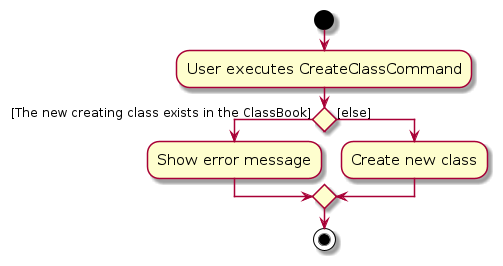
Before: diagrams/CheckDuplicationForCreateClassCommand.png, a diagram exported from PlantUML (AY2324S2-CS2103T-T13-1/tp). Its source is kept beside it as diagrams/CheckDuplicationForCreateClassCommand.puml.
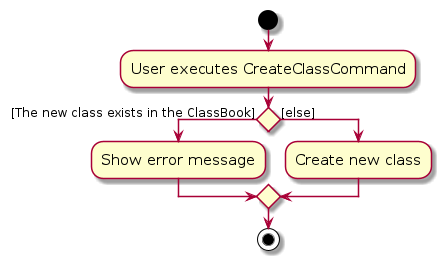
After the change.

Diff of the diagram source:
```diff
@@ -6,7 +6,7 @@
 :User executes CreateClassCommand;
 
 
-if () then ([The new creating class exists in the ClassBook])
+if () then ([The new class exists in the ClassBook])
     :Show error message;
 else ([else])
     :Create new class;
```
